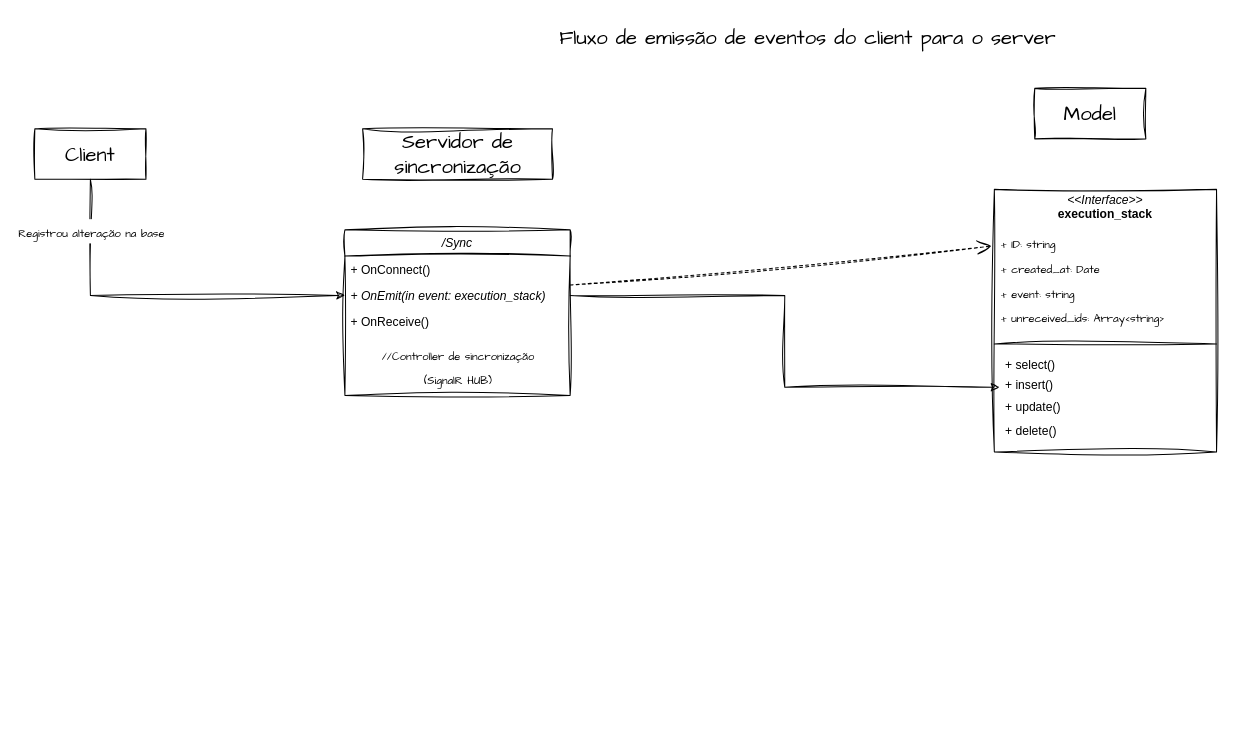
This is page "Emissão de eventos" (2 of 3) of Pulsar Sync.drawio from Vusmonth/uml, a draw.io file, before an edit. Source tidied: cells renumbered, new cells numbered last; positions are measured from the earlier drawing's top-left corner, leaving out a move shared by most shapes. Both pictures are drawn from the tidied source at 101%, with x=0, y=0 at pixel (34, 17).
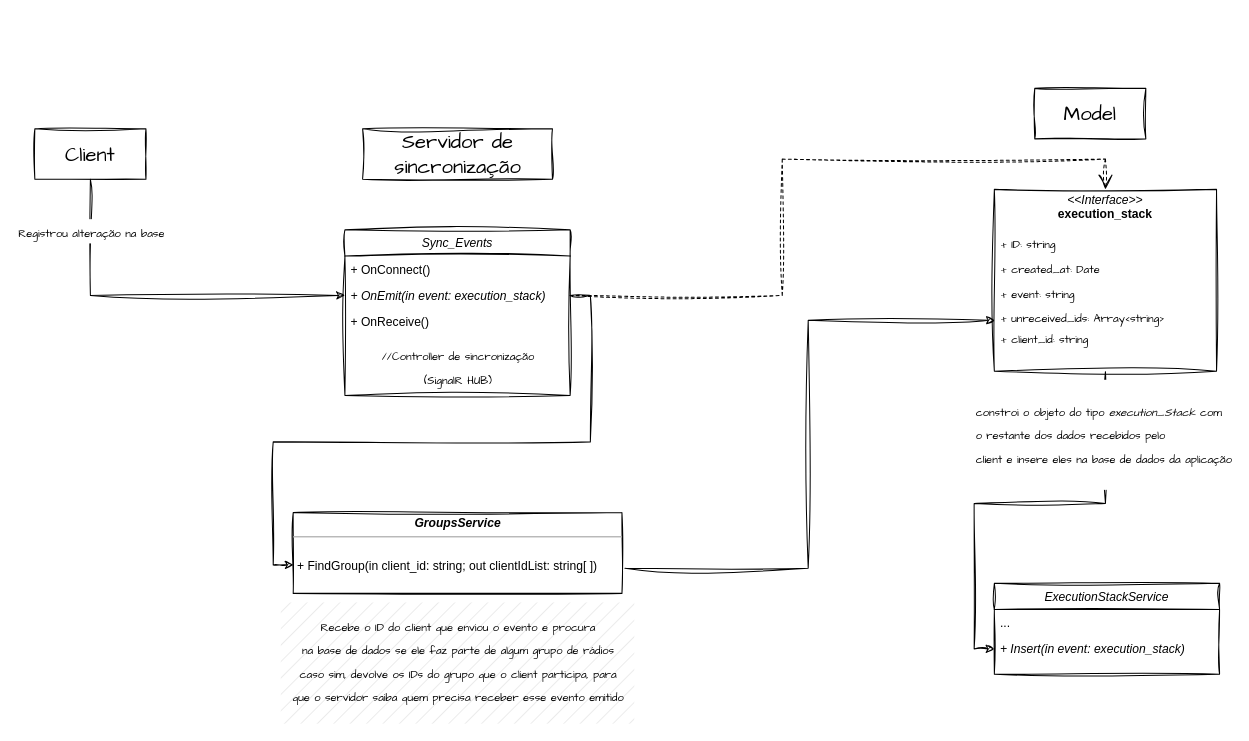
Above is the later version.

Unchanged cells that the change refers to:
```xml
<mxCell id="9" value="+ OnEmit(in event: execution_stack)" style="text;align=left;verticalAlign=top;spacingLeft=4;spacingRight=4;overflow=hidden;points=[[0,0.5],[1,0.5]];portConstraint=eastwest;sketch=1;curveFitting=1;jiggle=2;fontStyle=2;" parent="7" vertex="1">
  <mxGeometry y="52" width="223" height="26" as="geometry" />
</mxCell>
```

What changed in the source:
```diff
@@
-    <mxCell id="7" value="/Sync" style="swimlane;fontStyle=2;align=center;verticalAlign=top;horizontal=1;startSize=26;rounded=0;shadow=0;strokeWidth=1;sketch=1;curveFitting=1;jiggle=2;" parent="1" vertex="1">
+    <mxCell id="7" value="Sync_Events" style="swimlane;fontStyle=2;align=center;verticalAlign=top;horizontal=1;startSize=26;rounded=0;shadow=0;strokeWidth=1;sketch=1;curveFitting=1;jiggle=2;" parent="1" vertex="1">
       <mxGeometry x="307" y="210" width="223" height="164" as="geometry" />
     </mxCell>
@@
+    <mxCell id="25" style="edgeStyle=orthogonalEdgeStyle;rounded=0;sketch=1;hachureGap=4;jiggle=2;curveFitting=1;jettySize=auto;html=1;exitX=0.5;exitY=1;exitDx=0;exitDy=0;fontFamily=Architects Daughter;fontSize=16;" parent="1" edge="1" source="12" target="34">
+      <mxGeometry relative="1" as="geometry" />
+    </mxCell>
+    <mxCell id="26" value="&lt;p style=&quot;line-height: 100%;&quot;&gt;&lt;font style=&quot;font-size: 11px;&quot;&gt;constroi o objeto do tipo &lt;i&gt;execution_Stack &lt;/i&gt;com &lt;br&gt;o restante dos dados recebidos pelo &lt;br&gt;client e insere eles na base de dados da aplicação&lt;/font&gt;&lt;/p&gt;" style="edgeLabel;html=1;align=left;verticalAlign=middle;fontSize=20;fontFamily=Architects Daughter;" parent="25" vertex="1">
+      <mxGeometry x="-0.71" y="2" relative="1" as="geometry">
+        <mxPoint x="-132" as="offset" />
+      </mxGeometry>
+    </mxCell>
     <mxCell id="12" value="&lt;p style=&quot;margin:0px;margin-top:4px;text-align:center;&quot;&gt;&lt;i&gt;&amp;lt;&amp;lt;Interface&amp;gt;&amp;gt;&lt;/i&gt;&lt;br&gt;&lt;/p&gt;&lt;div style=&quot;text-align: center;&quot;&gt;&lt;span style=&quot;background-color: initial; text-align: left;&quot;&gt;&lt;b&gt;execution_stack&lt;/b&gt;&lt;/span&gt;&lt;/div&gt;&lt;div style=&quot;&quot;&gt;&lt;span style=&quot;background-color: initial;&quot;&gt;&amp;nbsp;&lt;/span&gt;&lt;/div&gt;" style="verticalAlign=top;align=left;overflow=fill;fontSize=12;fontFamily=Helvetica;html=1;whiteSpace=wrap;sketch=1;hachureGap=4;jiggle=2;curveFitting=1;" parent="1" vertex="1">
-      <mxGeometry x="950" y="170" width="220" height="260" as="geometry" />
+      <mxGeometry x="950" y="170" width="220" height="180" as="geometry" />
     </mxCell>
-    <mxCell id="13" style="line;strokeWidth=1;fillColor=none;align=left;verticalAlign=middle;spacingTop=-1;spacingLeft=3;spacingRight=3;labelPosition=right;strokeColor=inherit;sketch=1;hachureGap=4;jiggle=2;curveFitting=1;fontFamily=Architects Daughter;fontSize=20;" parent="1" vertex="1">
-      <mxGeometry x="950" y="319" width="220" height="8" as="geometry" />
-    </mxCell>
-    <mxCell id="14" value="+ insert()" style="text;align=left;verticalAlign=top;spacingLeft=4;spacingRight=4;overflow=hidden;points=[[0,0.5],[1,0.5]];portConstraint=eastwest;sketch=1;curveFitting=1;jiggle=2;" parent="1" vertex="1">
-      <mxGeometry x="955" y="350" width="180" height="32" as="geometry" />
-    </mxCell>
-    <mxCell id="15" value="+ select()" style="text;align=left;verticalAlign=top;spacingLeft=4;spacingRight=4;overflow=hidden;sketch=1;curveFitting=1;jiggle=2;" parent="1" vertex="1">
-      <mxGeometry x="955" y="330" width="180" height="31" as="geometry" />
-    </mxCell>
-    <mxCell id="16" value="+ update()" style="text;align=left;verticalAlign=top;spacingLeft=4;spacingRight=4;overflow=hidden;sketch=1;curveFitting=1;jiggle=2;" parent="1" vertex="1">
-      <mxGeometry x="955" y="372" width="180" height="32" as="geometry" />
-    </mxCell>
-    <mxCell id="17" value="+ delete()" style="text;align=left;verticalAlign=top;spacingLeft=4;spacingRight=4;overflow=hidden;sketch=1;curveFitting=1;jiggle=2;" parent="1" vertex="1">
-      <mxGeometry x="955" y="396" width="180" height="32" as="geometry" />
-    </mxCell>
-    <mxCell id="18" value="Fluxo de emissão de eventos do client para o server" style="text;html=1;align=center;verticalAlign=middle;strokeColor=none;fillColor=none;fontSize=20;fontFamily=Architects Daughter;imageAlign=center;" parent="1" vertex="1">
-      <mxGeometry x="510" width="510" height="40" as="geometry" />
-    </mxCell>
-    <mxCell id="19" style="edgeStyle=orthogonalEdgeStyle;rounded=0;sketch=1;hachureGap=4;jiggle=2;curveFitting=1;jettySize=auto;html=1;entryX=0;entryY=0.5;entryDx=0;entryDy=0;fontFamily=Architects Daughter;fontSize=16;" parent="1" edge="1" source="9" target="14">
-      <mxGeometry relative="1" as="geometry" />
-    </mxCell>
@@
-    <mxCell id="24" style="endArrow=open;endSize=12;dashed=1;html=1;rounded=0;sketch=1;hachureGap=4;jiggle=2;curveFitting=1;fontFamily=Architects Daughter;fontSize=16;entryX=-0.013;entryY=0.216;entryDx=0;entryDy=0;entryPerimeter=0;" parent="1" edge="1" source="9" target="12">
-      <mxGeometry relative="1" as="geometry" />
+    <mxCell id="24" style="endArrow=open;endSize=12;dashed=1;html=1;rounded=0;sketch=1;hachureGap=4;jiggle=2;curveFitting=1;fontFamily=Architects Daughter;fontSize=16;entryX=0.5;entryY=0;entryDx=0;entryDy=0;" parent="1" edge="1" source="9" target="12">
+      <mxGeometry relative="1" as="geometry">
+        <Array as="points">
+          <mxPoint x="740" y="275" />
+          <mxPoint x="740" y="140" />
+          <mxPoint x="1060" y="140" />
+        </Array>
+      </mxGeometry>
     </mxCell>
+    <mxCell id="27" value="+ client_id: string" style="text;html=1;strokeColor=none;fillColor=none;align=left;verticalAlign=middle;whiteSpace=wrap;rounded=0;fontSize=11;fontFamily=Architects Daughter;" parent="1" vertex="1">
+      <mxGeometry x="955" y="304" width="210" height="30" as="geometry" />
+    </mxCell>
+    <mxCell id="28" value="&lt;p style=&quot;margin:0px;margin-top:4px;text-align:center;&quot;&gt;&lt;i style=&quot;background-color: initial;&quot;&gt;&lt;b&gt;GroupsService&lt;/b&gt;&lt;/i&gt;&lt;/p&gt;&lt;hr size=&quot;1&quot;&gt;&lt;p style=&quot;margin:0px;margin-left:4px;&quot;&gt;&lt;span style=&quot;background-color: initial;&quot;&gt;&lt;br&gt;&lt;/span&gt;&lt;/p&gt;&lt;p style=&quot;margin:0px;margin-left:4px;&quot;&gt;&lt;span style=&quot;background-color: initial;&quot;&gt;+ FindGroup(in client_id: string; out clientIdList: string[ ])&lt;/span&gt;&lt;br&gt;&lt;/p&gt;" style="verticalAlign=top;align=left;overflow=fill;fontSize=12;fontFamily=Helvetica;html=1;whiteSpace=wrap;sketch=1;hachureGap=4;jiggle=2;curveFitting=1;" parent="1" vertex="1">
+      <mxGeometry x="255.8" y="490" width="325.5" height="80" as="geometry" />
+    </mxCell>
+    <mxCell id="29" style="edgeStyle=orthogonalEdgeStyle;rounded=0;sketch=1;hachureGap=4;jiggle=2;curveFitting=1;jettySize=auto;html=1;exitX=1;exitY=0.5;exitDx=0;exitDy=0;entryX=0.001;entryY=0.647;entryDx=0;entryDy=0;entryPerimeter=0;fontFamily=Architects Daughter;fontSize=16;" parent="1" edge="1" source="9" target="28">
+      <mxGeometry relative="1" as="geometry">
+        <Array as="points">
+          <mxPoint x="550" y="275" />
+          <mxPoint x="550" y="420" />
+          <mxPoint x="236" y="420" />
+          <mxPoint x="236" y="542" />
+        </Array>
+      </mxGeometry>
+    </mxCell>
+    <mxCell id="30" value="&lt;p style=&quot;line-height: 110%; font-size: 11px;&quot;&gt;Recebe o ID do client que enviou o evento&amp;nbsp;&lt;span style=&quot;background-color: initial;&quot;&gt;e&amp;nbsp;&lt;/span&gt;&lt;span style=&quot;background-color: initial;&quot;&gt;procura&lt;/span&gt;&lt;/p&gt;&lt;p style=&quot;line-height: 110%; font-size: 11px;&quot;&gt;&lt;span style=&quot;background-color: initial;&quot;&gt;na base de dados se ele faz parte de algum grupo de rádios&lt;/span&gt;&lt;/p&gt;&lt;p style=&quot;line-height: 110%; font-size: 11px;&quot;&gt;caso sim, devolve os IDs do grupo que o client participa,&amp;nbsp;&lt;span style=&quot;background-color: initial;&quot;&gt;para&lt;/span&gt;&lt;/p&gt;&lt;p style=&quot;line-height: 110%; font-size: 11px;&quot;&gt;&lt;span style=&quot;background-color: initial;&quot;&gt;que o servidor saiba quem precisa receber esse evento emitido&lt;/span&gt;&lt;/p&gt;" style="text;html=1;align=center;verticalAlign=middle;strokeColor=none;fillColor=#E6E6E6;fontSize=20;fontFamily=Architects Daughter;fillStyle=hatch;" parent="1" vertex="1">
+      <mxGeometry x="243.5" y="579" width="350" height="120" as="geometry" />
+    </mxCell>
+    <mxCell id="31" style="edgeStyle=orthogonalEdgeStyle;rounded=0;sketch=1;hachureGap=4;jiggle=2;curveFitting=1;jettySize=auto;html=1;entryX=0.002;entryY=0.72;entryDx=0;entryDy=0;entryPerimeter=0;fontFamily=Architects Daughter;fontSize=16;exitX=1.009;exitY=0.69;exitDx=0;exitDy=0;exitPerimeter=0;" parent="1" edge="1" source="28" target="12">
+      <mxGeometry relative="1" as="geometry" />
+    </mxCell>
+    <mxCell id="32" value="ExecutionStackService" style="swimlane;fontStyle=2;align=center;verticalAlign=top;horizontal=1;startSize=26;rounded=0;shadow=0;strokeWidth=1;sketch=1;curveFitting=1;jiggle=2;" parent="1" vertex="1">
+      <mxGeometry x="950" y="560" width="223" height="90" as="geometry" />
+    </mxCell>
+    <mxCell id="33" value="..." style="text;align=left;verticalAlign=top;spacingLeft=4;spacingRight=4;overflow=hidden;sketch=1;curveFitting=1;jiggle=2;" parent="32" vertex="1">
+      <mxGeometry y="26" width="223" height="26" as="geometry" />
+    </mxCell>
+    <mxCell id="34" value="+ Insert(in event: execution_stack)" style="text;align=left;verticalAlign=top;spacingLeft=4;spacingRight=4;overflow=hidden;points=[[0,0.5],[1,0.5]];portConstraint=eastwest;sketch=1;curveFitting=1;jiggle=2;fontStyle=2;" parent="32" vertex="1">
+      <mxGeometry y="52" width="223" height="26" as="geometry" />
+    </mxCell>
```
